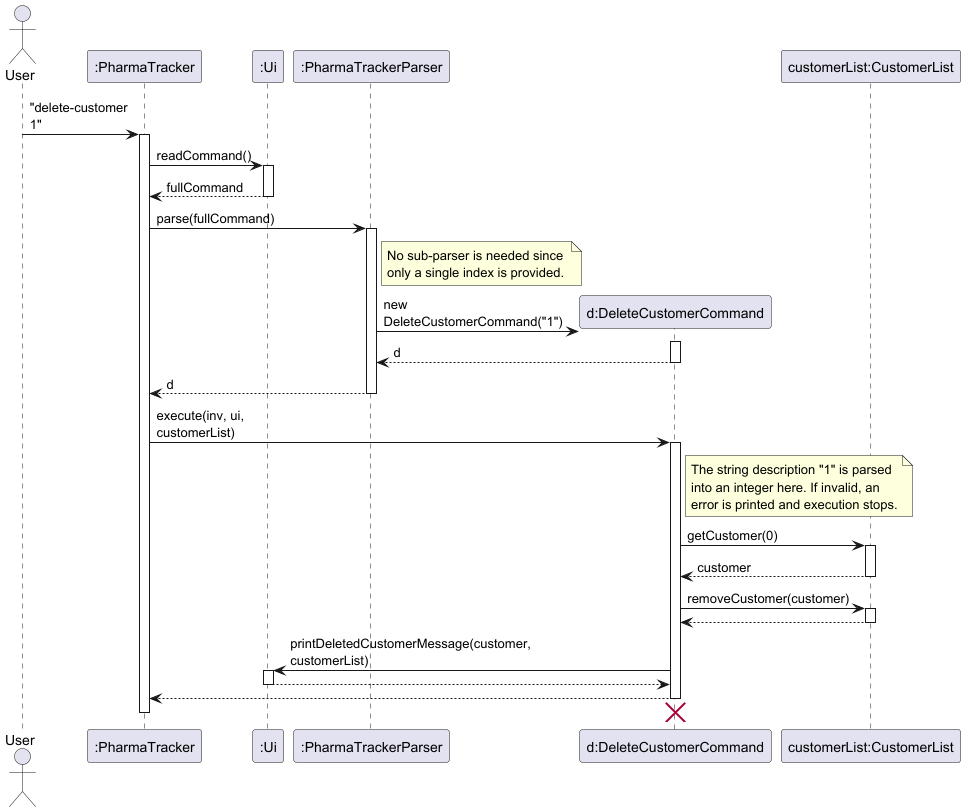
This is docs/images/DeleteCustomerCommandSequence.png from alsonsim/tp, a PlantUML export, as it was before one commit. Source of this version:
```plantuml
@startuml
skinparam ArrowFontStyle plain
skinparam maxMessageSize 100

actor User
participant ":PharmaTracker" as PharmaTracker
participant ":Ui" as Ui
participant ":PharmaTrackerParser" as PTP
participant "d:DeleteCustomerCommand" as DeleteCustCmd
participant "customerList:CustomerList" as CustomerList

User -> PharmaTracker : "delete-customer 1"
activate PharmaTracker

PharmaTracker -> Ui : readCommand()
activate Ui
Ui --> PharmaTracker : fullCommand
deactivate Ui

PharmaTracker -> PTP : parse(fullCommand)
activate PTP

note right of PTP
  No sub-parser is needed since
  only a single index is provided.
end note

create DeleteCustCmd
PTP -> DeleteCustCmd : new DeleteCustomerCommand("1")
activate DeleteCustCmd
DeleteCustCmd --> PTP : d
deactivate DeleteCustCmd

PTP --> PharmaTracker : d
deactivate PTP

PharmaTracker -> DeleteCustCmd : execute(inv, ui, customerList)
activate DeleteCustCmd

note right of DeleteCustCmd
  The string description "1" is parsed
  into an integer here. If invalid, an
  error is printed and execution stops.
end note

DeleteCustCmd -> CustomerList : getCustomer(0)
activate CustomerList
CustomerList --> DeleteCustCmd : customer
deactivate CustomerList

DeleteCustCmd -> CustomerList : removeCustomer(customer)
activate CustomerList
CustomerList --> DeleteCustCmd
deactivate CustomerList

DeleteCustCmd -> Ui : printDeletedCustomerMessage(customer, customerList)
activate Ui
Ui --> DeleteCustCmd
deactivate Ui

DeleteCustCmd --> PharmaTracker
deactivate DeleteCustCmd
DeleteCustCmd -[hidden]-> PTP
destroy DeleteCustCmd

deactivate PharmaTracker
@enduml
```
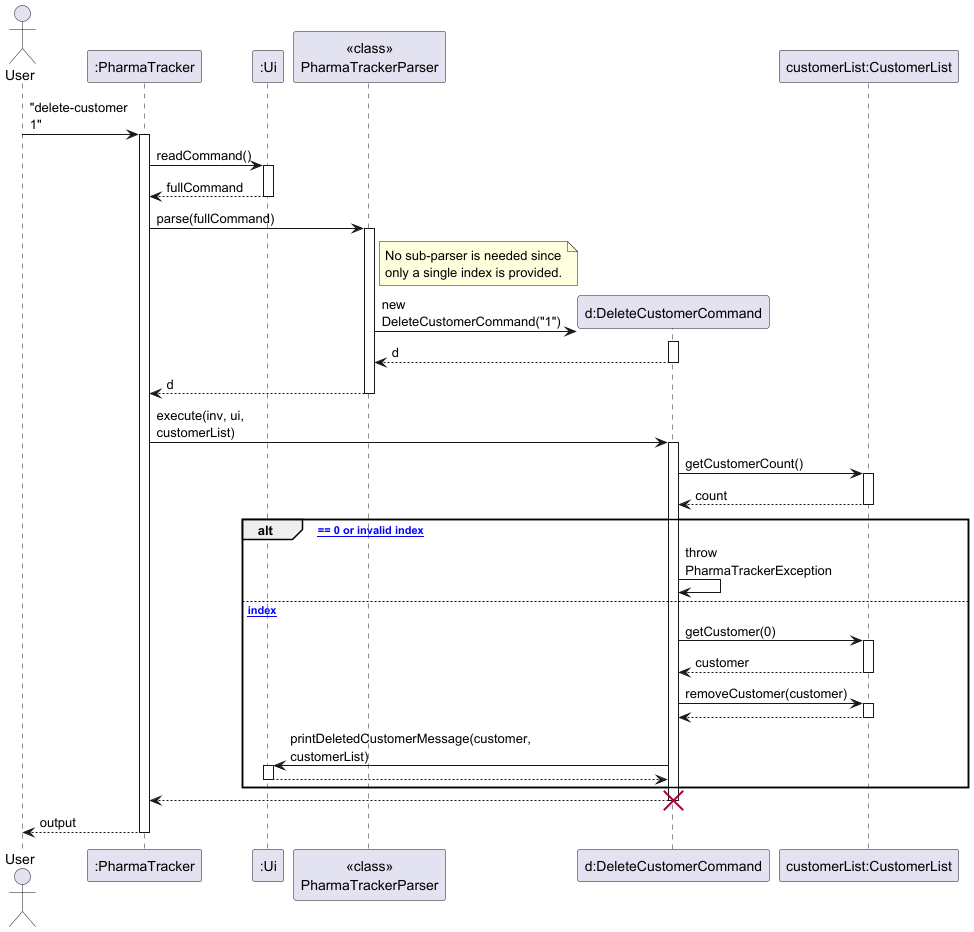
The same file after the commit.

Commit message:
Update DeleteCustomerCommand sequence diagram

Diff of the diagram source:
```diff
@@ -5,7 +5,7 @@
 actor User
 participant ":PharmaTracker" as PharmaTracker
 participant ":Ui" as Ui
-participant ":PharmaTrackerParser" as PTP
+participant "<<class>>\nPharmaTrackerParser" as PTP
 participant "d:DeleteCustomerCommand" as DeleteCustCmd
 participant "customerList:CustomerList" as CustomerList
 
@@ -37,31 +37,34 @@
 PharmaTracker -> DeleteCustCmd : execute(inv, ui, customerList)
 activate DeleteCustCmd
 
-note right of DeleteCustCmd
-  The string description "1" is parsed
-  into an integer here. If invalid, an
-  error is printed and execution stops.
-end note
-
-DeleteCustCmd -> CustomerList : getCustomer(0)
+DeleteCustCmd -> CustomerList : getCustomerCount()
 activate CustomerList
-CustomerList --> DeleteCustCmd : customer
+CustomerList --> DeleteCustCmd : count
 deactivate CustomerList
 
-DeleteCustCmd -> CustomerList : removeCustomer(customer)
-activate CustomerList
-CustomerList --> DeleteCustCmd
-deactivate CustomerList
+alt [count == 0 or invalid index]
+    DeleteCustCmd -> DeleteCustCmd : throw PharmaTrackerException
+else [valid index]
+    DeleteCustCmd -> CustomerList : getCustomer(0)
+    activate CustomerList
+    CustomerList --> DeleteCustCmd : customer
+    deactivate CustomerList
 
-DeleteCustCmd -> Ui : printDeletedCustomerMessage(customer, customerList)
-activate Ui
-Ui --> DeleteCustCmd
-deactivate Ui
+    DeleteCustCmd -> CustomerList : removeCustomer(customer)
+    activate CustomerList
+    CustomerList --> DeleteCustCmd
+    deactivate CustomerList
+
+    DeleteCustCmd -> Ui : printDeletedCustomerMessage(customer, customerList)
+    activate Ui
+    Ui --> DeleteCustCmd
+    deactivate Ui
+end
 
 DeleteCustCmd --> PharmaTracker
 deactivate DeleteCustCmd
-DeleteCustCmd -[hidden]-> PTP
 destroy DeleteCustCmd
 
+PharmaTracker --> User : output
 deactivate PharmaTracker
 @enduml
```
